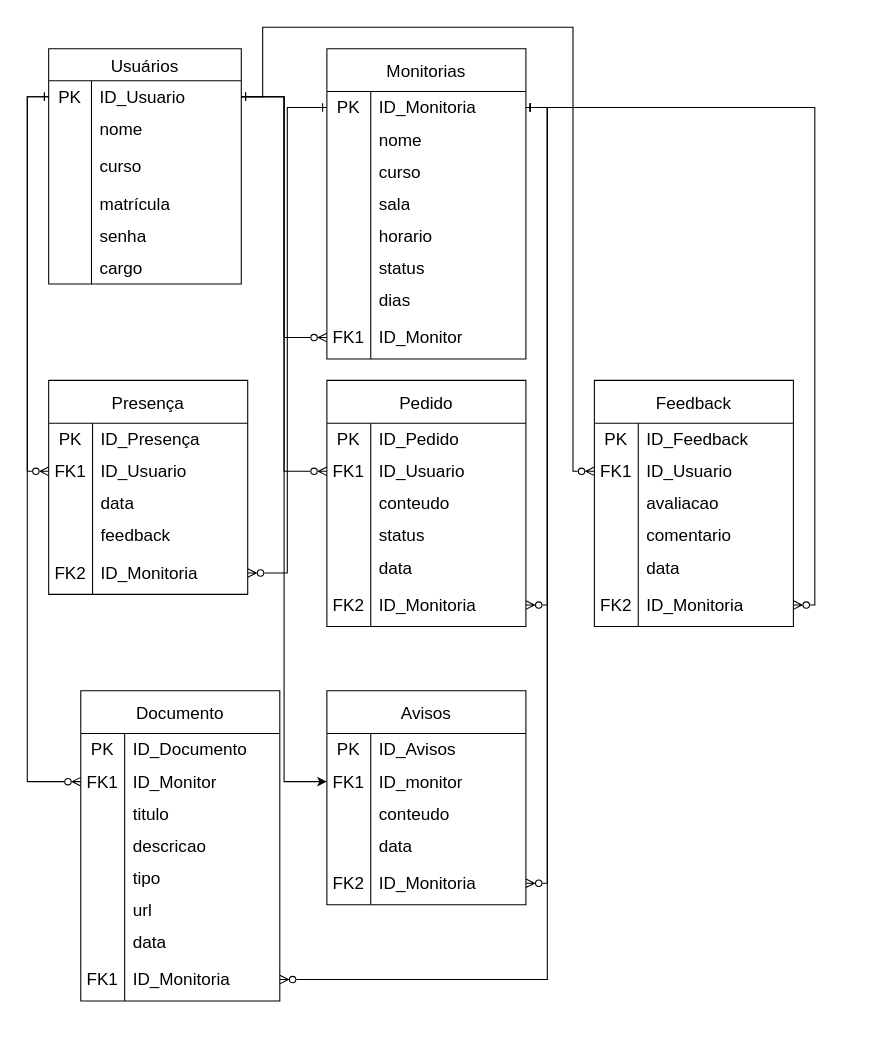
Before: Monitorrei.drawio in Arthurbart/MoniTorrei, a draw.io diagram. Source tidied: cells renumbered, new cells numbered last; positions are measured from the earlier drawing's top-left corner, leaving out a move shared by most shapes. Both pictures are drawn from the tidied source at 107%, with x=0, y=0 at pixel (48, 27).
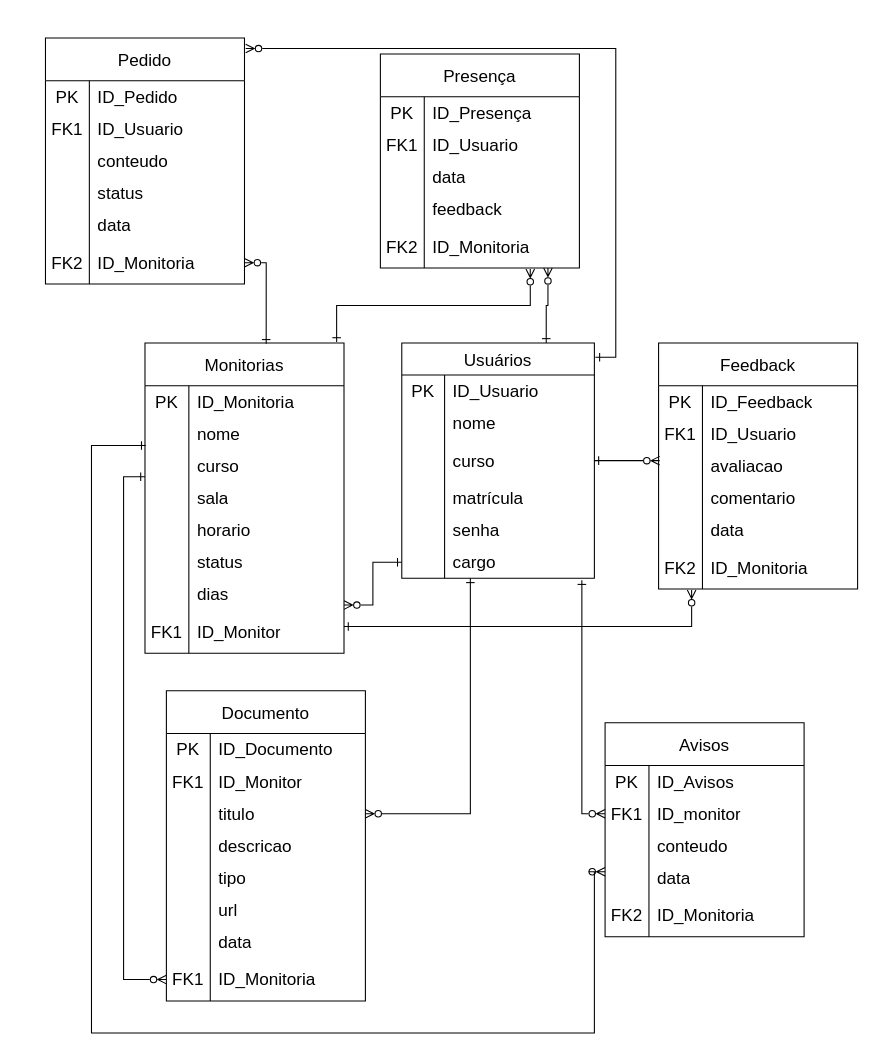
Above is the later version.

The change refers to these unchanged cells:
```xml
<mxCell id="3" style="shape=tableRow;horizontal=0;startSize=0;swimlaneHead=0;swimlaneBody=0;top=0;left=0;bottom=0;right=0;fillColor=none;points=[[0,0.5],[1,0.5]];portConstraint=eastwest;strokeColor=inherit;fontSize=16;" parent="2" vertex="1">
  <mxGeometry y="30" width="180" height="30" as="geometry" />
</mxCell>
<mxCell id="9" style="shape=tableRow;horizontal=0;startSize=0;swimlaneHead=0;swimlaneBody=0;top=0;left=0;bottom=0;right=0;fillColor=none;points=[[0,0.5],[1,0.5]];portConstraint=eastwest;strokeColor=inherit;fontSize=16;" parent="2" vertex="1">
  <mxGeometry y="90" width="180" height="40" as="geometry" />
</mxCell>
<mxCell id="18" style="shape=tableRow;horizontal=0;startSize=0;swimlaneHead=0;swimlaneBody=0;top=0;left=0;bottom=0;right=0;fillColor=none;points=[[0,0.5],[1,0.5]];portConstraint=eastwest;strokeColor=inherit;fontSize=16;" parent="2" vertex="1">
  <mxGeometry y="190" width="180" height="30" as="geometry" />
</mxCell>
<mxCell id="22" style="shape=tableRow;horizontal=0;startSize=0;swimlaneHead=0;swimlaneBody=0;top=0;left=0;bottom=0;right=0;fillColor=none;points=[[0,0.5],[1,0.5]];portConstraint=eastwest;strokeColor=inherit;fontSize=16;" parent="21" vertex="1">
  <mxGeometry y="40" width="186" height="30" as="geometry" />
</mxCell>
<mxCell id="25" style="shape=tableRow;horizontal=0;startSize=0;swimlaneHead=0;swimlaneBody=0;top=0;left=0;bottom=0;right=0;fillColor=none;points=[[0,0.5],[1,0.5]];portConstraint=eastwest;strokeColor=inherit;fontSize=16;" parent="21" vertex="1">
  <mxGeometry y="70" width="186" height="30" as="geometry" />
</mxCell>
<mxCell id="43" style="shape=tableRow;horizontal=0;startSize=0;swimlaneHead=0;swimlaneBody=0;top=0;left=0;bottom=0;right=0;fillColor=none;points=[[0,0.5],[1,0.5]];portConstraint=eastwest;strokeColor=inherit;fontSize=16;" parent="21" vertex="1">
  <mxGeometry y="250" width="186" height="40" as="geometry" />
</mxCell>
<mxCell id="50" style="shape=tableRow;horizontal=0;startSize=0;swimlaneHead=0;swimlaneBody=0;top=0;left=0;bottom=0;right=0;fillColor=none;points=[[0,0.5],[1,0.5]];portConstraint=eastwest;strokeColor=inherit;fontSize=16;" parent="46" vertex="1">
  <mxGeometry y="70" width="186" height="30" as="geometry" />
</mxCell>
<mxCell id="53" style="shape=tableRow;horizontal=0;startSize=0;swimlaneHead=0;swimlaneBody=0;top=0;left=0;bottom=0;right=0;fillColor=none;points=[[0,0.5],[1,0.5]];portConstraint=eastwest;strokeColor=inherit;fontSize=16;" parent="46" vertex="1">
  <mxGeometry y="100" width="186" height="30" as="geometry" />
</mxCell>
<mxCell id="68" style="shape=tableRow;horizontal=0;startSize=0;swimlaneHead=0;swimlaneBody=0;top=0;left=0;bottom=0;right=0;fillColor=none;points=[[0,0.5],[1,0.5]];portConstraint=eastwest;strokeColor=inherit;fontSize=16;" parent="46" vertex="1">
  <mxGeometry y="250" width="186" height="40" as="geometry" />
</mxCell>
<mxCell id="75" style="shape=tableRow;horizontal=0;startSize=0;swimlaneHead=0;swimlaneBody=0;top=0;left=0;bottom=0;right=0;fillColor=none;points=[[0,0.5],[1,0.5]];portConstraint=eastwest;strokeColor=inherit;fontSize=16;" parent="71" vertex="1">
  <mxGeometry y="70" width="186" height="30" as="geometry" />
</mxCell>
<mxCell id="87" style="shape=tableRow;horizontal=0;startSize=0;swimlaneHead=0;swimlaneBody=0;top=0;left=0;bottom=0;right=0;fillColor=none;points=[[0,0.5],[1,0.5]];portConstraint=eastwest;strokeColor=inherit;fontSize=16;" parent="71" vertex="1">
  <mxGeometry y="190" width="186" height="40" as="geometry" />
</mxCell>
<mxCell id="94" style="shape=tableRow;horizontal=0;startSize=0;swimlaneHead=0;swimlaneBody=0;top=0;left=0;bottom=0;right=0;fillColor=none;points=[[0,0.5],[1,0.5]];portConstraint=eastwest;strokeColor=inherit;fontSize=16;" parent="90" vertex="1">
  <mxGeometry y="70" width="186" height="30" as="geometry" />
</mxCell>
<mxCell id="103" style="shape=tableRow;horizontal=0;startSize=0;swimlaneHead=0;swimlaneBody=0;top=0;left=0;bottom=0;right=0;fillColor=none;points=[[0,0.5],[1,0.5]];portConstraint=eastwest;strokeColor=inherit;fontSize=16;" parent="90" vertex="1">
  <mxGeometry y="160" width="186" height="40" as="geometry" />
</mxCell>
<mxCell id="110" style="shape=tableRow;horizontal=0;startSize=0;swimlaneHead=0;swimlaneBody=0;top=0;left=0;bottom=0;right=0;fillColor=none;points=[[0,0.5],[1,0.5]];portConstraint=eastwest;strokeColor=inherit;fontSize=16;" parent="106" vertex="1">
  <mxGeometry y="70" width="186" height="30" as="geometry" />
</mxCell>
<mxCell id="116" style="shape=tableRow;horizontal=0;startSize=0;swimlaneHead=0;swimlaneBody=0;top=0;left=0;bottom=0;right=0;fillColor=none;points=[[0,0.5],[1,0.5]];portConstraint=eastwest;strokeColor=inherit;fontSize=16;" parent="106" vertex="1">
  <mxGeometry y="130" width="186" height="30" as="geometry" />
</mxCell>
<mxCell id="119" style="shape=tableRow;horizontal=0;startSize=0;swimlaneHead=0;swimlaneBody=0;top=0;left=0;bottom=0;right=0;fillColor=none;points=[[0,0.5],[1,0.5]];portConstraint=eastwest;strokeColor=inherit;fontSize=16;" parent="106" vertex="1">
  <mxGeometry y="160" width="186" height="40" as="geometry" />
</mxCell>
<mxCell id="126" style="shape=tableRow;horizontal=0;startSize=0;swimlaneHead=0;swimlaneBody=0;top=0;left=0;bottom=0;right=0;fillColor=none;points=[[0,0.5],[1,0.5]];portConstraint=eastwest;strokeColor=inherit;fontSize=16;" parent="122" vertex="1">
  <mxGeometry y="70" width="186" height="30" as="geometry" />
</mxCell>
<mxCell id="138" style="shape=tableRow;horizontal=0;startSize=0;swimlaneHead=0;swimlaneBody=0;top=0;left=0;bottom=0;right=0;fillColor=none;points=[[0,0.5],[1,0.5]];portConstraint=eastwest;strokeColor=inherit;fontSize=16;" parent="122" vertex="1">
  <mxGeometry y="190" width="186" height="40" as="geometry" />
</mxCell>
```

The edit, as a diff of the source:
```diff
@@
     <mxCell id="2" value="Usuários" style="shape=table;startSize=30;childLayout=tableLayout;rowLines=0;fontStyle=0;strokeColor=default;fontSize=16;" parent="1" vertex="1">
-      <mxGeometry y="20" width="180" height="220" as="geometry" />
+      <mxGeometry x="330" y="295" width="180" height="220" as="geometry" />
     </mxCell>
@@
     <mxCell id="21" value="Monitorias" style="shape=table;startSize=40;childLayout=tableLayout;rowLines=0;fontStyle=0;strokeColor=default;fontSize=16;" parent="1" vertex="1">
-      <mxGeometry x="260" y="20" width="186" height="290" as="geometry" />
+      <mxGeometry x="90" y="295" width="186" height="290" as="geometry" />
     </mxCell>
@@
     <mxCell id="46" value="Documento" style="shape=table;startSize=40;childLayout=tableLayout;rowLines=0;fontStyle=0;strokeColor=default;fontSize=16;" parent="1" vertex="1">
-      <mxGeometry x="30" y="620" width="186" height="290" as="geometry" />
+      <mxGeometry x="110" y="620" width="186" height="290" as="geometry" />
     </mxCell>
@@
     <mxCell id="71" value="Feedback" style="shape=table;startSize=40;childLayout=tableLayout;rowLines=0;fontStyle=0;strokeColor=default;fontSize=16;" parent="1" vertex="1">
-      <mxGeometry x="510" y="330" width="186" height="230" as="geometry" />
+      <mxGeometry x="570" y="295" width="186" height="230" as="geometry" />
     </mxCell>
@@
     <mxCell id="90" value="Presença" style="shape=table;startSize=40;childLayout=tableLayout;rowLines=0;fontStyle=0;strokeColor=default;fontSize=16;" parent="1" vertex="1">
-      <mxGeometry y="330" width="186" height="200" as="geometry" />
+      <mxGeometry x="310" y="25" width="186" height="200" as="geometry" />
     </mxCell>
@@
     <mxCell id="106" value="Avisos" style="shape=table;startSize=40;childLayout=tableLayout;rowLines=0;fontStyle=0;strokeColor=default;fontSize=16;" parent="1" vertex="1">
-      <mxGeometry x="260" y="620" width="186" height="200" as="geometry" />
+      <mxGeometry x="520" y="650" width="186" height="200" as="geometry" />
     </mxCell>
@@
     <mxCell id="122" value="Pedido" style="shape=table;startSize=40;childLayout=tableLayout;rowLines=0;fontStyle=0;strokeColor=default;fontSize=16;" parent="1" vertex="1">
-      <mxGeometry x="260" y="330" width="186" height="230" as="geometry" />
+      <mxGeometry x="-3" y="10" width="186" height="230" as="geometry" />
     </mxCell>
@@
-    <mxCell id="141" style="edgeStyle=orthogonalEdgeStyle;rounded=0;jettySize=auto;html=1;exitX=0;exitY=0.5;exitDx=0;exitDy=0;entryX=1;entryY=0.5;entryDx=0;entryDy=0;endArrow=ERone;endFill=0;startArrow=ERzeroToMany;startFill=0;" parent="1" edge="1" source="43" target="3">
-      <mxGeometry relative="1" as="geometry" />
+    <mxCell id="141" style="edgeStyle=orthogonalEdgeStyle;rounded=0;jettySize=auto;html=1;endArrow=ERone;endFill=0;startArrow=ERzeroToMany;startFill=0;" parent="1" edge="1" target="18">
+      <mxGeometry relative="1" as="geometry">
+        <mxPoint x="276" y="540" as="sourcePoint" />
+        <Array as="points">
+          <mxPoint x="276" y="540" />
+          <mxPoint x="303" y="540" />
+          <mxPoint x="303" y="500" />
+        </Array>
+      </mxGeometry>
     </mxCell>
-    <mxCell id="142" style="edgeStyle=orthogonalEdgeStyle;rounded=0;jettySize=auto;html=1;exitX=1;exitY=0.5;exitDx=0;exitDy=0;entryX=1;entryY=0.5;entryDx=0;entryDy=0;startArrow=ERone;startFill=0;endArrow=ERzeroToMany;endFill=0;" parent="1" edge="1" source="22" target="87">
-      <mxGeometry relative="1" as="geometry" />
+    <mxCell id="142" style="edgeStyle=orthogonalEdgeStyle;rounded=0;jettySize=auto;html=1;entryX=0.166;entryY=1.021;entryDx=0;entryDy=0;startArrow=ERone;startFill=0;endArrow=ERzeroToMany;endFill=0;entryPerimeter=0;" parent="1" edge="1" target="87">
+      <mxGeometry relative="1" as="geometry">
+        <mxPoint x="276" y="560" as="sourcePoint" />
+        <Array as="points">
+          <mxPoint x="276" y="560" />
+          <mxPoint x="601" y="560" />
+        </Array>
+      </mxGeometry>
     </mxCell>
-    <mxCell id="143" style="edgeStyle=orthogonalEdgeStyle;rounded=0;jettySize=auto;html=1;exitX=1;exitY=0.5;exitDx=0;exitDy=0;entryX=1;entryY=0.5;entryDx=0;entryDy=0;startArrow=ERone;startFill=0;endArrow=ERzeroToMany;endFill=0;" parent="1" edge="1" source="22" target="138">
+    <mxCell id="143" style="edgeStyle=orthogonalEdgeStyle;rounded=0;jettySize=auto;html=1;entryX=1;entryY=0.5;entryDx=0;entryDy=0;startArrow=ERone;startFill=0;endArrow=ERzeroToMany;endFill=0;exitX=0.609;exitY=0.003;exitDx=0;exitDy=0;exitPerimeter=0;" parent="1" edge="1" source="21" target="138">
       <mxGeometry relative="1" as="geometry" />
     </mxCell>
-    <mxCell id="144" style="edgeStyle=orthogonalEdgeStyle;rounded=0;jettySize=auto;html=1;exitX=1;exitY=0.5;exitDx=0;exitDy=0;entryX=1;entryY=0.5;entryDx=0;entryDy=0;startArrow=ERone;startFill=0;endArrow=ERzeroToMany;endFill=0;" parent="1" edge="1" source="22" target="119">
-      <mxGeometry relative="1" as="geometry" />
+    <mxCell id="144" style="edgeStyle=orthogonalEdgeStyle;rounded=0;jettySize=auto;html=1;startArrow=ERone;startFill=0;endArrow=ERzeroToMany;endFill=0;entryX=0;entryY=0.306;entryDx=0;entryDy=0;entryPerimeter=0;exitX=0.004;exitY=0.861;exitDx=0;exitDy=0;exitPerimeter=0;" parent="1" edge="1" source="25" target="116">
+      <mxGeometry relative="1" as="geometry">
+        <Array as="points">
+          <mxPoint x="40" y="391" />
+          <mxPoint x="40" y="940" />
+          <mxPoint x="510" y="940" />
+          <mxPoint x="510" y="789" />
+        </Array>
+      </mxGeometry>
     </mxCell>
-    <mxCell id="145" style="edgeStyle=orthogonalEdgeStyle;rounded=0;jettySize=auto;html=1;exitX=1;exitY=0.5;exitDx=0;exitDy=0;entryX=1;entryY=0.5;entryDx=0;entryDy=0;endArrow=ERzeroToMany;endFill=0;startArrow=ERone;startFill=0;" parent="1" edge="1" source="22" target="68">
-      <mxGeometry relative="1" as="geometry" />
+    <mxCell id="145" style="edgeStyle=orthogonalEdgeStyle;rounded=0;jettySize=auto;html=1;entryX=0;entryY=0.5;entryDx=0;entryDy=0;endArrow=ERzeroToMany;endFill=0;startArrow=ERone;startFill=0;" parent="1" edge="1" target="68">
+      <mxGeometry relative="1" as="geometry">
+        <mxPoint x="90" y="420" as="sourcePoint" />
+        <Array as="points">
+          <mxPoint x="90" y="420" />
+          <mxPoint x="70" y="420" />
+          <mxPoint x="70" y="890" />
+        </Array>
+      </mxGeometry>
     </mxCell>
-    <mxCell id="146" style="edgeStyle=orthogonalEdgeStyle;rounded=0;jettySize=auto;html=1;exitX=0;exitY=0.5;exitDx=0;exitDy=0;entryX=1;entryY=0.5;entryDx=0;entryDy=0;startArrow=ERone;startFill=0;endArrow=ERzeroToMany;endFill=0;" parent="1" edge="1" source="22" target="103">
+    <mxCell id="146" style="edgeStyle=orthogonalEdgeStyle;rounded=0;jettySize=auto;html=1;exitX=0.963;exitY=-0.003;exitDx=0;exitDy=0;entryX=0.753;entryY=1.021;entryDx=0;entryDy=0;startArrow=ERone;startFill=0;endArrow=ERzeroToMany;endFill=0;entryPerimeter=0;exitPerimeter=0;" parent="1" edge="1" source="21" target="103">
       <mxGeometry relative="1" as="geometry" />
     </mxCell>
-    <mxCell id="147" style="edgeStyle=orthogonalEdgeStyle;rounded=0;jettySize=auto;html=1;exitX=0;exitY=0.5;exitDx=0;exitDy=0;startArrow=ERone;startFill=0;endArrow=ERzeroToMany;endFill=0;" parent="1" edge="1" source="3" target="94">
+    <mxCell id="147" style="edgeStyle=orthogonalEdgeStyle;rounded=0;jettySize=auto;html=1;exitX=0.75;exitY=0;exitDx=0;exitDy=0;startArrow=ERone;startFill=0;endArrow=ERzeroToMany;endFill=0;entryX=0.842;entryY=1;entryDx=0;entryDy=0;entryPerimeter=0;" parent="1" edge="1" source="2" target="103">
       <mxGeometry relative="1" as="geometry" />
     </mxCell>
-    <mxCell id="148" style="edgeStyle=orthogonalEdgeStyle;rounded=0;jettySize=auto;html=1;exitX=0;exitY=0.5;exitDx=0;exitDy=0;entryX=0;entryY=0.5;entryDx=0;entryDy=0;startArrow=ERone;startFill=0;endArrow=ERzeroToMany;endFill=0;" parent="1" edge="1" source="3" target="50">
+    <mxCell id="148" style="edgeStyle=orthogonalEdgeStyle;rounded=0;jettySize=auto;html=1;exitX=0.356;exitY=1;exitDx=0;exitDy=0;entryX=1;entryY=0.5;entryDx=0;entryDy=0;startArrow=ERone;startFill=0;endArrow=ERzeroToMany;endFill=0;exitPerimeter=0;" parent="1" edge="1" source="18" target="53">
       <mxGeometry relative="1" as="geometry" />
     </mxCell>
-    <mxCell id="149" style="edgeStyle=orthogonalEdgeStyle;rounded=0;jettySize=auto;html=1;exitX=1;exitY=0.5;exitDx=0;exitDy=0;entryX=0;entryY=0.5;entryDx=0;entryDy=0;" parent="1" edge="1" source="3" target="110">
-      <mxGeometry relative="1" as="geometry" />
+    <mxCell id="149" style="edgeStyle=orthogonalEdgeStyle;rounded=0;jettySize=auto;html=1;exitX=0.935;exitY=1.056;exitDx=0;exitDy=0;entryX=0;entryY=0.5;entryDx=0;entryDy=0;exitPerimeter=0;startArrow=ERone;startFill=0;endArrow=ERzeroToMany;endFill=0;" parent="1" edge="1" source="18" target="110">
+      <mxGeometry relative="1" as="geometry">
+        <Array as="points">
+          <mxPoint x="498" y="735" />
+        </Array>
+      </mxGeometry>
     </mxCell>
-    <mxCell id="150" style="edgeStyle=orthogonalEdgeStyle;rounded=0;jettySize=auto;html=1;exitX=1;exitY=0.5;exitDx=0;exitDy=0;startArrow=ERone;startFill=0;endArrow=ERzeroToMany;endFill=0;" parent="1" edge="1" source="3" target="126">
-      <mxGeometry relative="1" as="geometry" />
+    <mxCell id="150" style="edgeStyle=orthogonalEdgeStyle;rounded=0;jettySize=auto;html=1;startArrow=ERone;startFill=0;endArrow=ERzeroToMany;endFill=0;entryX=1.006;entryY=0.043;entryDx=0;entryDy=0;entryPerimeter=0;exitX=1.005;exitY=0.061;exitDx=0;exitDy=0;exitPerimeter=0;" parent="1" edge="1" source="2" target="122">
+      <mxGeometry relative="1" as="geometry">
+        <Array as="points">
+          <mxPoint x="530" y="308" />
+          <mxPoint x="530" y="20" />
+        </Array>
+      </mxGeometry>
     </mxCell>
-    <mxCell id="151" style="edgeStyle=orthogonalEdgeStyle;rounded=0;jettySize=auto;html=1;exitX=1;exitY=0.5;exitDx=0;exitDy=0;entryX=0;entryY=0.5;entryDx=0;entryDy=0;startArrow=ERone;startFill=0;endArrow=ERzeroToMany;endFill=0;" parent="1" edge="1" source="3" target="75">
+    <mxCell id="151" style="edgeStyle=orthogonalEdgeStyle;rounded=0;jettySize=auto;html=1;exitX=1;exitY=0.5;exitDx=0;exitDy=0;startArrow=ERone;startFill=0;endArrow=ERzeroToMany;endFill=0;" parent="1" edge="1" source="9">
       <mxGeometry relative="1" as="geometry">
+        <mxPoint x="571" y="405" as="targetPoint" />
         <Array as="points">
-          <mxPoint x="200" y="65" />
-          <mxPoint x="200" />
-          <mxPoint x="490" />
-          <mxPoint x="490" y="415" />
+          <mxPoint x="571" y="405" />
         </Array>
       </mxGeometry>
     </mxCell>
```
